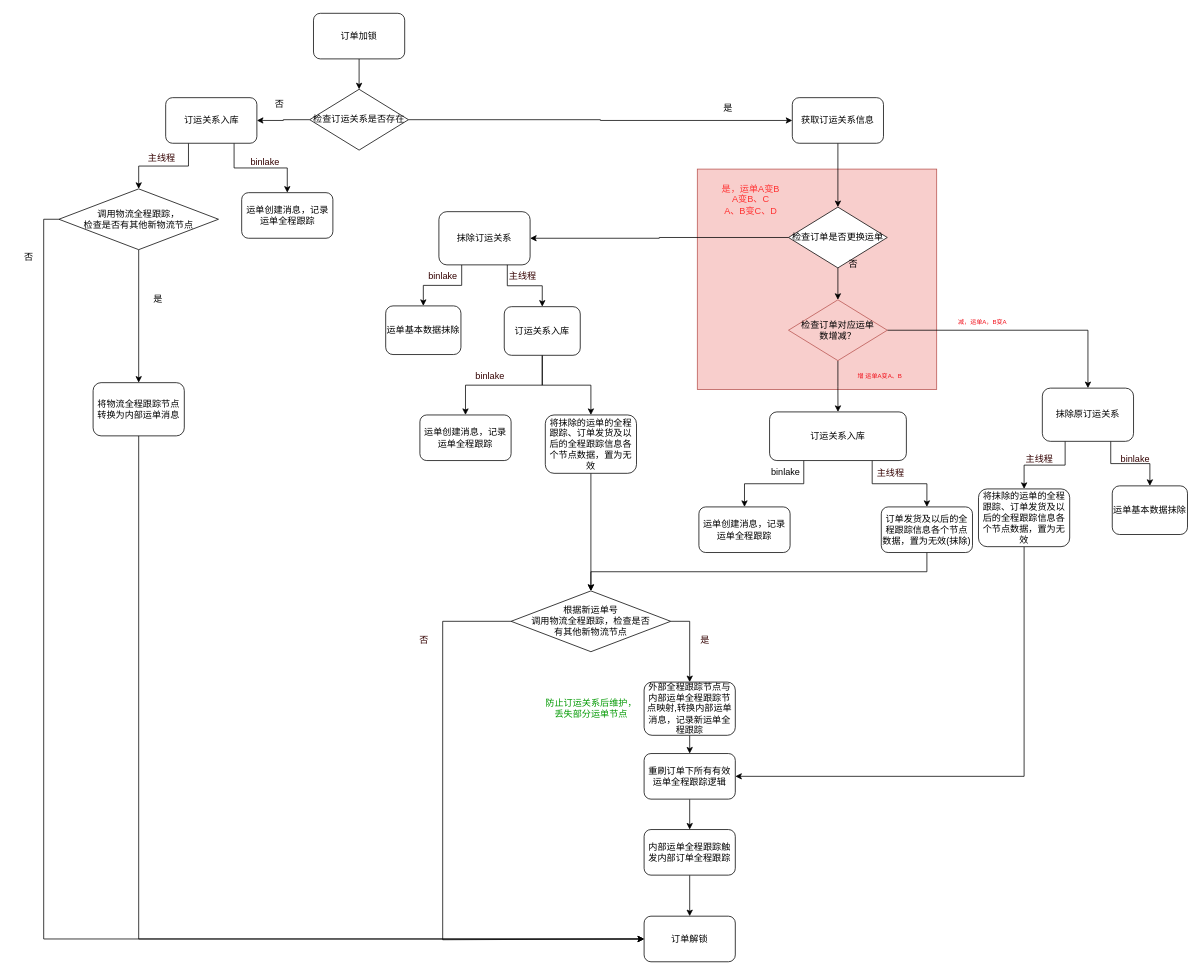
lixintao03/lixintao.github.io keeps this draw.io diagram as page "订运关系落库" (34 of 36) of Untitled Diagram.drawio. Above is the earlier version. Source tidied: cells renumbered, new cells numbered last; positions are measured from the earlier drawing's top-left corner, leaving out a move shared by most shapes. Both pictures are drawn from the tidied source at 76%, with x=0, y=0 at pixel (13, 13).
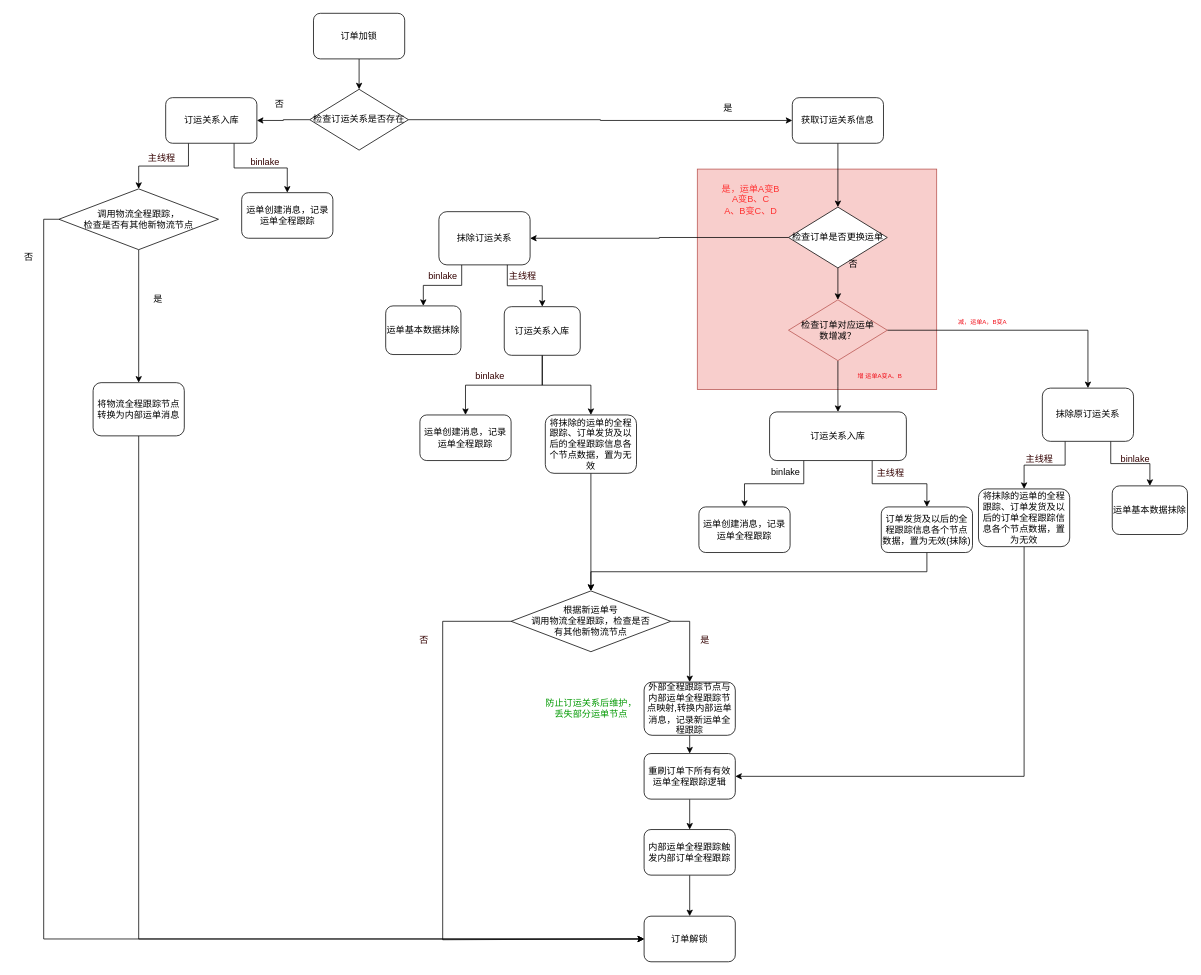
The same diagram, later.

Change to the diagram source:
```diff
@@
-    <mxCell id="66" value="将抹除的运单的全程跟踪、订单发货及以后的全程跟踪信息各个节点数据，置为无效" style="rounded=1;whiteSpace=wrap;html=1;" parent="1" vertex="1">
+    <mxCell id="66" value="将抹除的运单的全程跟踪、订单发货及以后的订单全程跟踪信息各个节点数据，置为无效" style="rounded=1;whiteSpace=wrap;html=1;" parent="1" vertex="1">
       <mxGeometry x="1270" y="625.8" width="120" height="76" as="geometry" />
     </mxCell>
```
